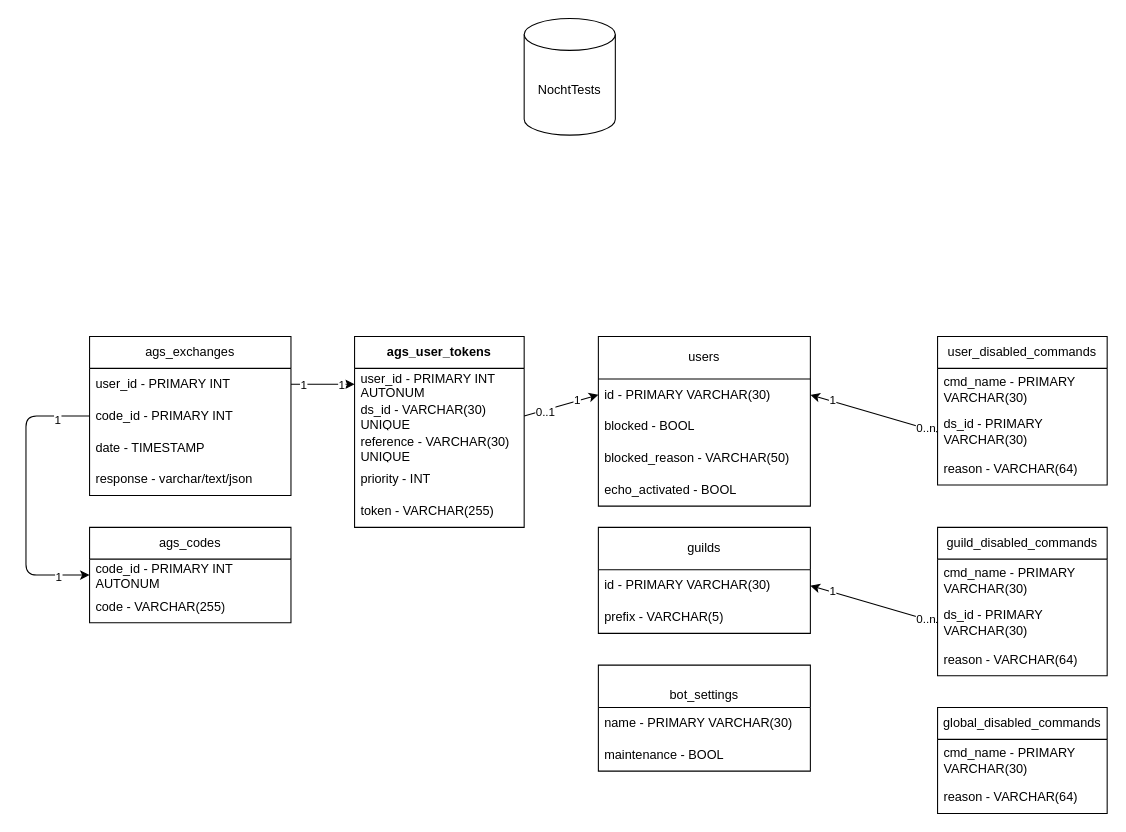
The draw.io diagram schemes/DB.drawio in TheNochtgamer/NochtTests, before the edit. Source tidied: cells renumbered, new cells numbered last; positions are measured from the earlier drawing's top-left corner, leaving out a move shared by most shapes. Both pictures are drawn from the tidied source at 106%, with x=0, y=0 at pixel (25, 18).
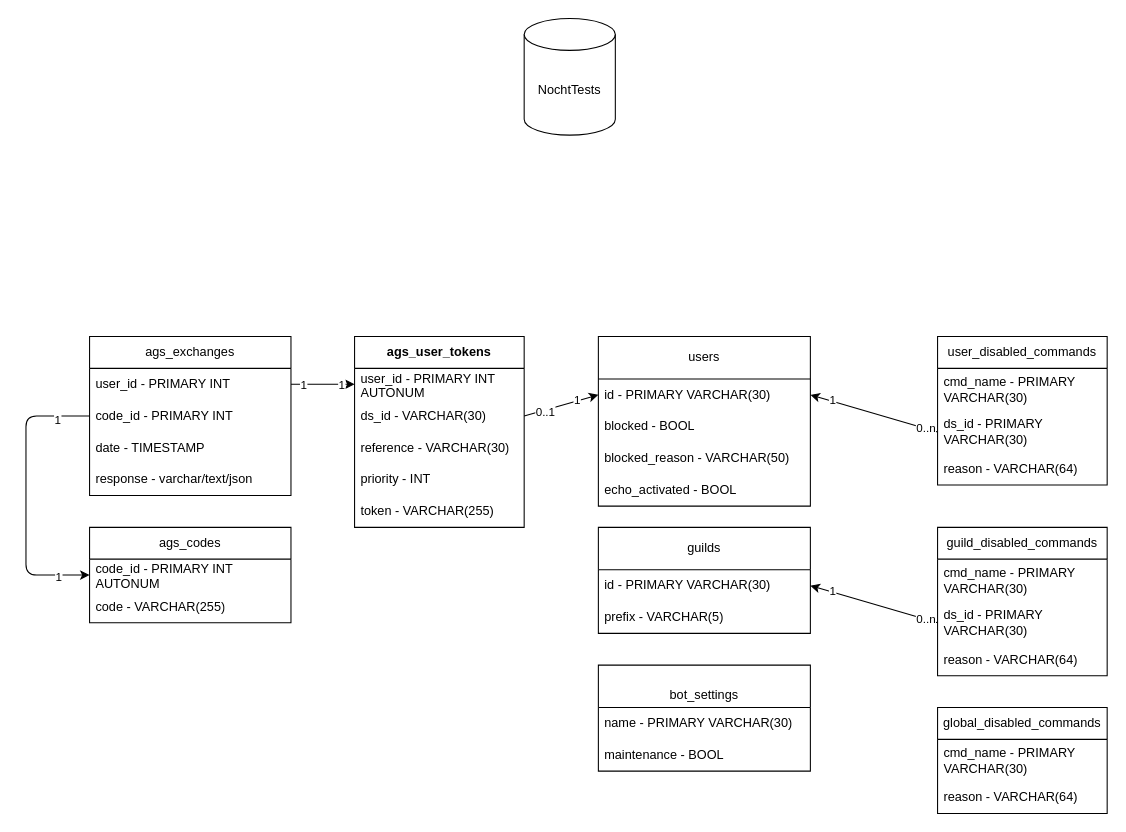
After the change.

Unchanged cells that the change refers to:
```xml
<mxCell id="31" value="ags_user_tokens" style="swimlane;fontStyle=1;horizontal=1;startSize=30;whiteSpace=wrap;html=1;" parent="1" vertex="1">
  <mxGeometry x="310" y="300" width="160" height="180" as="geometry" />
</mxCell>
```

Diff of the diagram source:
```diff
@@
-    <mxCell id="33" value="ds_id - VARCHAR(30) UNIQUE" style="text;strokeColor=none;fillColor=none;align=left;verticalAlign=middle;spacingLeft=4;spacingRight=4;overflow=hidden;points=[[0,0.5],[1,0.5]];portConstraint=eastwest;whiteSpace=wrap;html=1;" parent="31" vertex="1">
+    <mxCell id="33" value="ds_id - VARCHAR(30)" style="text;strokeColor=none;fillColor=none;align=left;verticalAlign=middle;spacingLeft=4;spacingRight=4;overflow=hidden;points=[[0,0.5],[1,0.5]];portConstraint=eastwest;whiteSpace=wrap;html=1;" parent="31" vertex="1">
       <mxGeometry y="60" width="160" height="30" as="geometry" />
     </mxCell>
-    <mxCell id="34" value="reference - VARCHAR(30) UNIQUE" style="text;strokeColor=none;fillColor=none;align=left;verticalAlign=middle;spacingLeft=4;spacingRight=4;overflow=hidden;whiteSpace=wrap;html=1;" parent="31" vertex="1">
+    <mxCell id="34" value="reference - VARCHAR(30)" style="text;strokeColor=none;fillColor=none;align=left;verticalAlign=middle;spacingLeft=4;spacingRight=4;overflow=hidden;whiteSpace=wrap;html=1;" parent="31" vertex="1">
       <mxGeometry y="90" width="160" height="30" as="geometry" />
     </mxCell>
```
